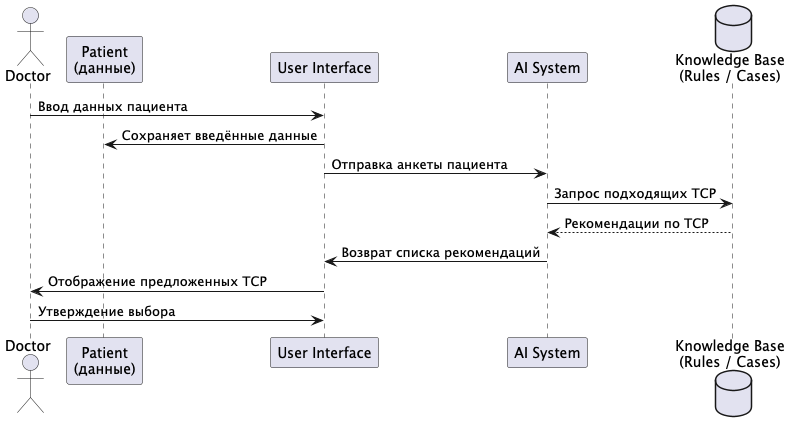
Above: project/sequence_diagram.png in oksana-niki/intelligent-systems-lab (PlantUML), before the change. Its diagram source:
```plantuml
@startuml
actor Doctor
participant "Patient\n(данные)" as Patient
participant "User Interface" as UI
participant "AI System" as AI
database "Knowledge Base\n(Rules / Cases)" as KB

Doctor -> UI : Ввод данных пациента
UI -> Patient : Сохраняет введённые данные
UI -> AI : Отправка анкеты пациента
AI -> KB : Запрос подходящих ТСР
KB --> AI : Рекомендации по ТСР
AI -> UI : Возврат списка рекомендаций
UI -> Doctor : Отображение предложенных ТСР
Doctor -> UI : Утверждение выбора

@enduml
```
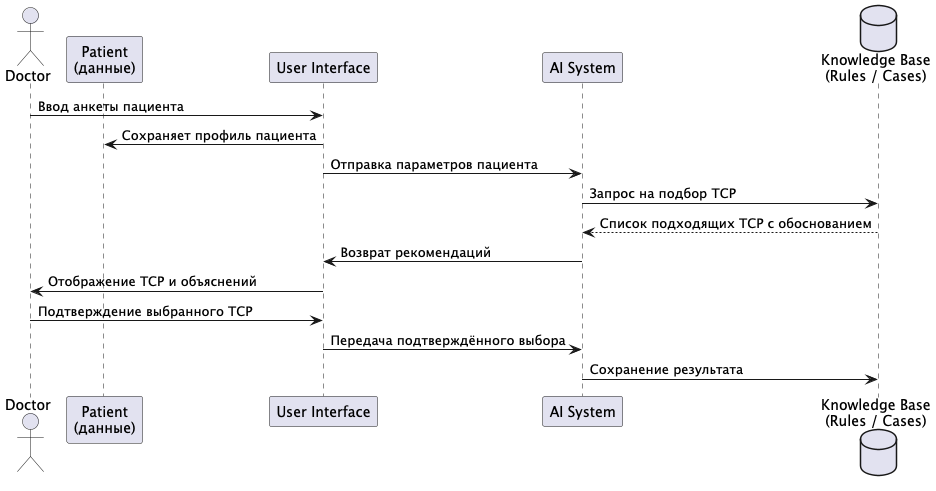
After the change.

The edit, as a diff of the source:
```diff
@@ -5,13 +5,14 @@
 participant "AI System" as AI
 database "Knowledge Base\n(Rules / Cases)" as KB
 
-Doctor -> UI : Ввод данных пациента
-UI -> Patient : Сохраняет введённые данные
-UI -> AI : Отправка анкеты пациента
-AI -> KB : Запрос подходящих ТСР
-KB --> AI : Рекомендации по ТСР
-AI -> UI : Возврат списка рекомендаций
-UI -> Doctor : Отображение предложенных ТСР
-Doctor -> UI : Утверждение выбора
-
+Doctor -> UI : Ввод анкеты пациента
+UI -> Patient : Сохраняет профиль пациента
+UI -> AI : Отправка параметров пациента
+AI -> KB : Запрос на подбор ТСР
+KB --> AI : Список подходящих ТСР с обоснованием
+AI -> UI : Возврат рекомендаций
+UI -> Doctor : Отображение ТСР и объяснений
+Doctor -> UI : Подтверждение выбранного ТСР
+UI -> AI : Передача подтверждённого выбора
+AI -> KB : Сохранение результата
 @enduml
```
